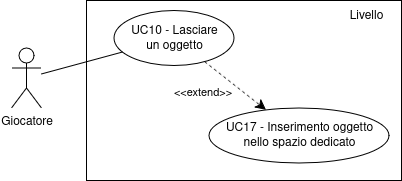
Before: images/usecase/uc-lasciare_oggetto.png, a diagram exported from draw.io (fliposab/UnipdThesis). Source tidied: cells renumbered, new cells last; positions are measured from the earlier drawing's top-left corner, leaving out a move shared by most shapes.
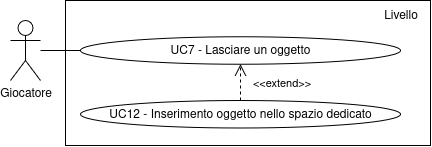
Above is the later version.

Diff of the diagram source:
```diff
@@ -2,31 +2,31 @@
   <root>
     <mxCell id="0" />
     <mxCell id="1" parent="0" />
-    <mxCell id="2" style="rounded=0;whiteSpace=wrap;html=1;gradientColor=none;" parent="1" vertex="1">
-      <mxGeometry x="75" width="315" height="180" as="geometry" />
+    <mxCell id="2" style="rounded=0;whiteSpace=wrap;html=1;" parent="1" vertex="1">
+      <mxGeometry x="-715" y="-1010" width="365" height="145" as="geometry" />
     </mxCell>
-    <mxCell id="3" value="Livello" style="text;html=1;align=center;verticalAlign=middle;whiteSpace=wrap;rounded=0;" parent="1" vertex="1">
-      <mxGeometry x="325" width="60" height="30" as="geometry" />
+    <mxCell id="3" style="rounded=0;jettySize=auto;html=1;endArrow=none;endFill=0;" parent="1" edge="1" source="4" target="5">
+      <mxGeometry relative="1" as="geometry" />
     </mxCell>
-    <mxCell id="4" value="&lt;div&gt;UC10 - Lasciare&lt;/div&gt;&lt;div&gt;un oggetto&lt;/div&gt;" style="ellipse;whiteSpace=wrap;html=1;" parent="1" vertex="1">
-      <mxGeometry x="102.5" y="10" width="120" height="55" as="geometry" />
+    <mxCell id="4" value="&lt;div&gt;Giocatore&lt;/div&gt;" style="shape=umlActor;verticalLabelPosition=bottom;verticalAlign=top;html=1;outlineConnect=0;" parent="1" vertex="1">
+      <mxGeometry x="-770" y="-990" width="30" height="60" as="geometry" />
     </mxCell>
-    <mxCell id="5" style="rounded=0;jettySize=auto;html=1;endArrow=classic;endFill=1;endSize=8;dashed=1;startArrow=none;startFill=0;" parent="1" edge="1" source="4" target="7">
-      <mxGeometry relative="1" as="geometry" />
+    <mxCell id="5" value="UC7 - Lasciare un oggetto" style="ellipse;whiteSpace=wrap;html=1;" parent="1" vertex="1">
+      <mxGeometry x="-700" y="-973.8" width="320" height="27.5" as="geometry" />
     </mxCell>
-    <mxCell id="6" value="&lt;div&gt;&amp;lt;&amp;lt;extend&amp;gt;&amp;gt;&lt;/div&gt;" style="edgeLabel;html=1;align=center;verticalAlign=middle;" parent="5" vertex="1">
-      <mxGeometry x="0.12" y="-1" relative="1" as="geometry">
-        <mxPoint x="-37" y="2" as="offset" />
-      </mxGeometry>
+    <mxCell id="6" value="Livello" style="text;html=1;align=center;verticalAlign=middle;strokeColor=none;fillColor=none;" parent="1" vertex="1">
+      <mxGeometry x="-410" y="-1010" width="60" height="30" as="geometry" />
     </mxCell>
-    <mxCell id="7" value="&lt;div&gt;UC17 - Inserimento oggetto&lt;/div&gt;&lt;div&gt;nello spazio dedicato&lt;/div&gt;" style="ellipse;whiteSpace=wrap;html=1;" parent="1" vertex="1">
-      <mxGeometry x="197.5" y="107.5" width="180" height="55" as="geometry" />
+    <mxCell id="7" value="UC12 - Inserimento oggetto nello spazio dedicato" style="ellipse;whiteSpace=wrap;html=1;" parent="1" vertex="1">
+      <mxGeometry x="-700" y="-910" width="320" height="27.5" as="geometry" />
     </mxCell>
-    <mxCell id="8" value="Giocatore" style="shape=umlActor;verticalLabelPosition=bottom;verticalAlign=top;html=1;outlineConnect=0;" parent="1" vertex="1">
-      <mxGeometry y="47.5" width="30" height="60" as="geometry" />
+    <mxCell id="8" style="rounded=0;jettySize=auto;html=1;endArrow=open;endFill=0;endSize=10;dashed=1;" parent="1" edge="1" source="7" target="5">
+      <mxGeometry relative="1" as="geometry" />
     </mxCell>
-    <mxCell id="9" style="rounded=0;jettySize=auto;html=1;endArrow=none;startFill=0;" parent="1" edge="1" source="8" target="4">
-      <mxGeometry relative="1" as="geometry" />
+    <mxCell id="9" value="&amp;lt;&amp;lt;extend&amp;gt;&amp;gt;" style="edgeLabel;html=1;align=center;verticalAlign=middle;" parent="8" vertex="1">
+      <mxGeometry x="-0.2" y="3" relative="1" as="geometry">
+        <mxPoint x="43" y="-3" as="offset" />
+      </mxGeometry>
     </mxCell>
   </root>
 </mxGraphModel>
```
